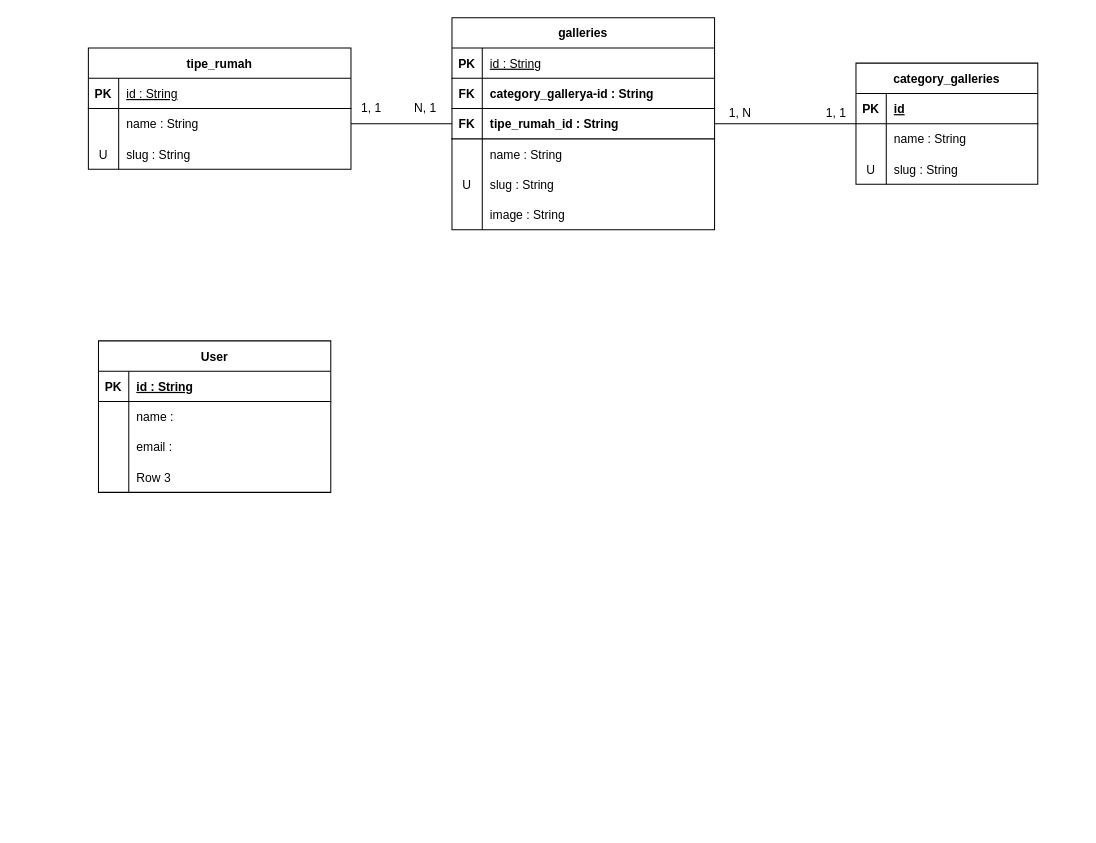
Above: storage/design_system/design.drawio in MP-Project-26/alpen_hills (draw.io), before the change. Source tidied: cells renumbered, new cells numbered last; positions are measured from the earlier drawing's top-left corner, leaving out a move shared by most shapes. Both pictures are drawn from the tidied source at 101%, with x=0, y=0 at pixel (88, 17).
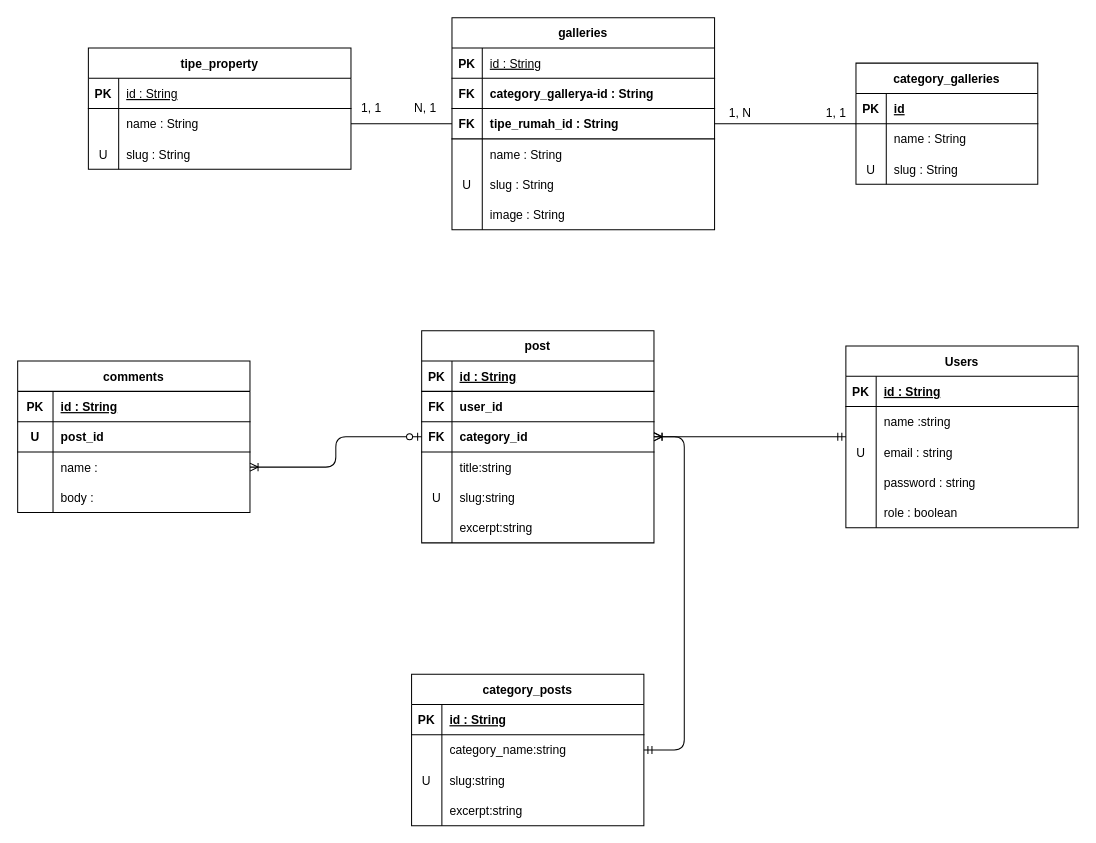
Above is the later version.

Unchanged cells that the change refers to:
```xml
<mxCell id="4" style="group;" parent="1" vertex="1">
  <mxGeometry y="30" width="300" height="120" as="geometry" />
</mxCell>
<mxCell id="56" style="shape=tableRow;horizontal=0;startSize=0;swimlaneHead=0;swimlaneBody=0;fillColor=none;top=0;left=0;right=0;bottom=0;" parent="52" vertex="1">
  <mxGeometry y="60" width="230" height="30" as="geometry" />
</mxCell>
<mxCell id="59" style="shape=tableRow;horizontal=0;startSize=0;swimlaneHead=0;swimlaneBody=0;fillColor=none;top=0;left=0;right=0;bottom=0;" parent="52" vertex="1">
  <mxGeometry y="90" width="230" height="30" as="geometry" />
</mxCell>
<mxCell id="62" style="shape=tableRow;horizontal=0;startSize=0;swimlaneHead=0;swimlaneBody=0;fillColor=none;top=0;left=0;right=0;bottom=0;" parent="52" vertex="1">
  <mxGeometry y="120" width="230" height="30" as="geometry" />
</mxCell>
```

The edit, as a diff of the source:
```diff
@@
-    <mxCell id="5" value="tipe_rumah" style="shape=table;startSize=30;childLayout=tableLayout;rowLines=0;fontStyle=1;align=center;" parent="4" vertex="1">
+    <mxCell id="5" value="tipe_property" style="shape=table;startSize=30;childLayout=tableLayout;rowLines=0;fontStyle=1;align=center;" parent="4" vertex="1">
       <mxGeometry width="260" height="120" as="geometry" />
     </mxCell>
@@
-    <mxCell id="52" value="User" style="shape=table;startSize=30;childLayout=tableLayout;rowLines=0;fontStyle=1;align=center;" parent="1" vertex="1">
-      <mxGeometry x="10" y="320" width="230" height="150" as="geometry" />
+    <mxCell id="52" value="Users" style="shape=table;startSize=30;childLayout=tableLayout;rowLines=0;fontStyle=1;align=center;" parent="1" vertex="1">
+      <mxGeometry x="750" y="325" width="230" height="180" as="geometry" />
     </mxCell>
@@
-    <mxCell id="58" value="name :" style="shape=partialRectangle;fillColor=none;top=0;left=0;bottom=0;right=0;align=left;spacingLeft=6;overflow=hidden;" parent="56" vertex="1">
+    <mxCell id="58" value="name :string" style="shape=partialRectangle;fillColor=none;top=0;left=0;bottom=0;right=0;align=left;spacingLeft=6;overflow=hidden;" parent="56" vertex="1">
       <mxGeometry x="30" width="200" height="30" as="geometry" />
     </mxCell>
@@
-    <mxCell id="60" style="shape=partialRectangle;fillColor=none;top=0;left=0;bottom=0;right=0;overflow=hidden;" parent="59" vertex="1">
+    <mxCell id="60" value="U" style="shape=partialRectangle;fillColor=none;top=0;left=0;bottom=0;right=0;overflow=hidden;" parent="59" vertex="1">
       <mxGeometry width="30" height="30" as="geometry" />
     </mxCell>
-    <mxCell id="61" value="email :" style="shape=partialRectangle;fillColor=none;top=0;left=0;bottom=0;right=0;align=left;spacingLeft=6;overflow=hidden;" parent="59" vertex="1">
+    <mxCell id="61" value="email : string" style="shape=partialRectangle;fillColor=none;top=0;left=0;bottom=0;right=0;align=left;spacingLeft=6;overflow=hidden;" parent="59" vertex="1">
       <mxGeometry x="30" width="200" height="30" as="geometry" />
     </mxCell>
@@
-    <mxCell id="64" value="Row 3" style="shape=partialRectangle;fillColor=none;top=0;left=0;bottom=0;right=0;align=left;spacingLeft=6;overflow=hidden;" parent="62" vertex="1">
+    <mxCell id="64" value="password : string" style="shape=partialRectangle;fillColor=none;top=0;left=0;bottom=0;right=0;align=left;spacingLeft=6;overflow=hidden;" parent="62" vertex="1">
       <mxGeometry x="30" width="200" height="30" as="geometry" />
     </mxCell>
+    <mxCell id="65" style="shape=tableRow;horizontal=0;startSize=0;swimlaneHead=0;swimlaneBody=0;fillColor=none;top=0;left=0;right=0;bottom=0;" parent="52" vertex="1">
+      <mxGeometry y="150" width="230" height="30" as="geometry" />
+    </mxCell>
+    <mxCell id="66" style="shape=partialRectangle;fillColor=none;top=0;left=0;bottom=0;right=0;overflow=hidden;" parent="65" vertex="1">
+      <mxGeometry width="30" height="30" as="geometry" />
+    </mxCell>
+    <mxCell id="67" value="role : boolean" style="shape=partialRectangle;fillColor=none;top=0;left=0;bottom=0;right=0;align=left;spacingLeft=6;overflow=hidden;" parent="65" vertex="1">
+      <mxGeometry x="30" width="200" height="30" as="geometry" />
+    </mxCell>
+    <mxCell id="68" value="post" style="shape=table;startSize=30;childLayout=tableLayout;rowLines=0;fontStyle=1;align=center;" parent="1" vertex="1">
+      <mxGeometry x="330" y="310" width="230" height="210" as="geometry" />
+    </mxCell>
+    <mxCell id="69" style="shape=tableRow;horizontal=0;startSize=0;swimlaneHead=0;swimlaneBody=0;fillColor=none;top=0;left=0;right=0;bottom=1;" parent="68" vertex="1">
+      <mxGeometry y="30" width="230" height="30" as="geometry" />
+    </mxCell>
+    <mxCell id="70" value="PK" style="shape=partialRectangle;fillColor=none;top=0;left=0;bottom=0;right=0;fontStyle=1;overflow=hidden;" parent="69" vertex="1">
+      <mxGeometry width="30" height="30" as="geometry" />
+    </mxCell>
+    <mxCell id="71" value="id : String" style="shape=partialRectangle;fillColor=none;top=0;left=0;bottom=0;right=0;align=left;spacingLeft=6;fontStyle=5;overflow=hidden;" parent="69" vertex="1">
+      <mxGeometry x="30" width="200" height="30" as="geometry" />
+    </mxCell>
+    <mxCell id="72" style="shape=tableRow;horizontal=0;startSize=0;swimlaneHead=0;swimlaneBody=0;fillColor=none;top=0;left=0;right=0;bottom=1;" parent="68" vertex="1">
+      <mxGeometry y="60" width="230" height="30" as="geometry" />
+    </mxCell>
+    <mxCell id="73" value="FK" style="shape=partialRectangle;fillColor=none;top=0;left=0;bottom=0;right=0;fontStyle=1;overflow=hidden;" parent="72" vertex="1">
+      <mxGeometry width="30" height="30" as="geometry" />
+    </mxCell>
+    <mxCell id="74" value="user_id" style="shape=partialRectangle;fillColor=none;top=0;left=0;bottom=0;right=0;align=left;spacingLeft=6;fontStyle=1;overflow=hidden;" parent="72" vertex="1">
+      <mxGeometry x="30" width="200" height="30" as="geometry" />
+    </mxCell>
+    <mxCell id="75" style="shape=tableRow;horizontal=0;startSize=0;swimlaneHead=0;swimlaneBody=0;fillColor=none;top=0;left=0;right=0;bottom=1;" parent="68" vertex="1">
+      <mxGeometry y="90" width="230" height="30" as="geometry" />
+    </mxCell>
+    <mxCell id="76" value="FK" style="shape=partialRectangle;fillColor=none;top=0;left=0;bottom=0;right=0;fontStyle=1;overflow=hidden;" parent="75" vertex="1">
+      <mxGeometry width="30" height="30" as="geometry" />
+    </mxCell>
+    <mxCell id="77" value="category_id" style="shape=partialRectangle;fillColor=none;top=0;left=0;bottom=0;right=0;align=left;spacingLeft=6;fontStyle=1;overflow=hidden;" parent="75" vertex="1">
+      <mxGeometry x="30" width="200" height="30" as="geometry" />
+    </mxCell>
+    <mxCell id="78" style="shape=tableRow;horizontal=0;startSize=0;swimlaneHead=0;swimlaneBody=0;fillColor=none;top=0;left=0;right=0;bottom=0;" parent="68" vertex="1">
+      <mxGeometry y="120" width="230" height="30" as="geometry" />
+    </mxCell>
+    <mxCell id="79" style="shape=partialRectangle;fillColor=none;top=0;left=0;bottom=0;right=0;overflow=hidden;" parent="78" vertex="1">
+      <mxGeometry width="30" height="30" as="geometry" />
+    </mxCell>
+    <mxCell id="80" value="title:string" style="shape=partialRectangle;fillColor=none;top=0;left=0;bottom=0;right=0;align=left;spacingLeft=6;overflow=hidden;" parent="78" vertex="1">
+      <mxGeometry x="30" width="200" height="30" as="geometry" />
+    </mxCell>
+    <mxCell id="81" style="shape=tableRow;horizontal=0;startSize=0;swimlaneHead=0;swimlaneBody=0;fillColor=none;top=0;left=0;right=0;bottom=0;" parent="68" vertex="1">
+      <mxGeometry y="150" width="230" height="30" as="geometry" />
+    </mxCell>
+    <mxCell id="82" value="U" style="shape=partialRectangle;fillColor=none;top=0;left=0;bottom=0;right=0;overflow=hidden;" parent="81" vertex="1">
+      <mxGeometry width="30" height="30" as="geometry" />
+    </mxCell>
+    <mxCell id="83" value="slug:string" style="shape=partialRectangle;fillColor=none;top=0;left=0;bottom=0;right=0;align=left;spacingLeft=6;overflow=hidden;" parent="81" vertex="1">
+      <mxGeometry x="30" width="200" height="30" as="geometry" />
+    </mxCell>
+    <mxCell id="84" style="shape=tableRow;horizontal=0;startSize=0;swimlaneHead=0;swimlaneBody=0;fillColor=none;top=0;left=0;right=0;bottom=0;" parent="68" vertex="1">
+      <mxGeometry y="180" width="230" height="30" as="geometry" />
+    </mxCell>
+    <mxCell id="85" style="shape=partialRectangle;fillColor=none;top=0;left=0;bottom=0;right=0;overflow=hidden;" parent="84" vertex="1">
+      <mxGeometry width="30" height="30" as="geometry" />
+    </mxCell>
+    <mxCell id="86" value="excerpt:string" style="shape=partialRectangle;fillColor=none;top=0;left=0;bottom=0;right=0;align=left;spacingLeft=6;overflow=hidden;" parent="84" vertex="1">
+      <mxGeometry x="30" width="200" height="30" as="geometry" />
+    </mxCell>
+    <mxCell id="87" value="comments" style="shape=table;startSize=30;childLayout=tableLayout;rowLines=0;fontStyle=1;align=center;" parent="1" vertex="1">
+      <mxGeometry x="-70" y="340" width="230" height="150" as="geometry" />
+    </mxCell>
+    <mxCell id="88" style="shape=tableRow;horizontal=0;startSize=0;swimlaneHead=0;swimlaneBody=0;fillColor=none;top=0;left=0;right=0;bottom=1;" parent="87" vertex="1">
+      <mxGeometry y="30" width="230" height="30" as="geometry" />
+    </mxCell>
+    <mxCell id="89" value="PK" style="shape=partialRectangle;fillColor=none;top=0;left=0;bottom=0;right=0;fontStyle=1;overflow=hidden;" parent="88" vertex="1">
+      <mxGeometry width="35" height="30" as="geometry" />
+    </mxCell>
+    <mxCell id="90" value="id : String" style="shape=partialRectangle;fillColor=none;top=0;left=0;bottom=0;right=0;align=left;spacingLeft=6;fontStyle=5;overflow=hidden;" parent="88" vertex="1">
+      <mxGeometry x="35" width="195" height="30" as="geometry" />
+    </mxCell>
+    <mxCell id="91" style="shape=tableRow;horizontal=0;startSize=0;swimlaneHead=0;swimlaneBody=0;fillColor=none;top=0;left=0;right=0;bottom=1;" parent="87" vertex="1">
+      <mxGeometry y="60" width="230" height="30" as="geometry" />
+    </mxCell>
+    <mxCell id="92" value="U" style="shape=partialRectangle;fillColor=none;top=0;left=0;bottom=0;right=0;fontStyle=1;overflow=hidden;" parent="91" vertex="1">
+      <mxGeometry width="35" height="30" as="geometry" />
+    </mxCell>
+    <mxCell id="93" value="post_id" style="shape=partialRectangle;fillColor=none;top=0;left=0;bottom=0;right=0;align=left;spacingLeft=6;fontStyle=1;overflow=hidden;" parent="91" vertex="1">
+      <mxGeometry x="35" width="195" height="30" as="geometry" />
+    </mxCell>
+    <mxCell id="94" style="shape=tableRow;horizontal=0;startSize=0;swimlaneHead=0;swimlaneBody=0;fillColor=none;points=[[0,0.5],[1,0.5]];portConstraint=eastwest;top=0;left=0;right=0;bottom=0;" parent="87" vertex="1">
+      <mxGeometry y="90" width="230" height="30" as="geometry" />
+    </mxCell>
+    <mxCell id="95" style="shape=partialRectangle;fillColor=none;top=0;left=0;bottom=0;right=0;overflow=hidden;" parent="94" vertex="1">
+      <mxGeometry width="35" height="30" as="geometry" />
+    </mxCell>
+    <mxCell id="96" value="name :" style="shape=partialRectangle;fillColor=none;top=0;left=0;bottom=0;right=0;align=left;spacingLeft=6;overflow=hidden;" parent="94" vertex="1">
+      <mxGeometry x="35" width="195" height="30" as="geometry" />
+    </mxCell>
+    <mxCell id="97" style="shape=tableRow;horizontal=0;startSize=0;swimlaneHead=0;swimlaneBody=0;fillColor=none;top=0;left=0;right=0;bottom=0;" parent="87" vertex="1">
+      <mxGeometry y="120" width="230" height="30" as="geometry" />
+    </mxCell>
+    <mxCell id="98" style="shape=partialRectangle;fillColor=none;top=0;left=0;bottom=0;right=0;overflow=hidden;" parent="97" vertex="1">
+      <mxGeometry width="35" height="30" as="geometry" />
+    </mxCell>
+    <mxCell id="99" value="body :" style="shape=partialRectangle;fillColor=none;top=0;left=0;bottom=0;right=0;align=left;spacingLeft=6;overflow=hidden;" parent="97" vertex="1">
+      <mxGeometry x="35" width="195" height="30" as="geometry" />
+    </mxCell>
+    <mxCell id="100" style="edgeStyle=orthogonalEdgeStyle;fontSize=12;html=1;endArrow=ERoneToMany;startArrow=ERzeroToOne;" parent="1" edge="1" source="68" target="94">
+      <mxGeometry relative="1" as="geometry" />
+    </mxCell>
+    <mxCell id="101" style="edgeStyle=entityRelationEdgeStyle;fontSize=12;html=1;endArrow=ERoneToMany;startArrow=ERmandOne;" parent="1" edge="1" source="52" target="68">
+      <mxGeometry relative="1" as="geometry" />
+    </mxCell>
+    <mxCell id="102" value="category_posts" style="shape=table;startSize=30;childLayout=tableLayout;rowLines=0;fontStyle=1;align=center;" parent="1" vertex="1">
+      <mxGeometry x="320" y="650" width="230" height="150" as="geometry" />
+    </mxCell>
+    <mxCell id="103" style="shape=tableRow;horizontal=0;startSize=0;swimlaneHead=0;swimlaneBody=0;fillColor=none;top=0;left=0;right=0;bottom=1;" parent="102" vertex="1">
+      <mxGeometry y="30" width="230" height="30" as="geometry" />
+    </mxCell>
+    <mxCell id="104" value="PK" style="shape=partialRectangle;fillColor=none;top=0;left=0;bottom=0;right=0;fontStyle=1;overflow=hidden;" parent="103" vertex="1">
+      <mxGeometry width="30" height="30" as="geometry" />
+    </mxCell>
+    <mxCell id="105" value="id : String" style="shape=partialRectangle;fillColor=none;top=0;left=0;bottom=0;right=0;align=left;spacingLeft=6;fontStyle=5;overflow=hidden;" parent="103" vertex="1">
+      <mxGeometry x="30" width="200" height="30" as="geometry" />
+    </mxCell>
+    <mxCell id="106" style="shape=tableRow;horizontal=0;startSize=0;swimlaneHead=0;swimlaneBody=0;fillColor=none;top=0;left=0;right=0;bottom=0;" parent="102" vertex="1">
+      <mxGeometry y="60" width="230" height="30" as="geometry" />
+    </mxCell>
+    <mxCell id="107" style="shape=partialRectangle;fillColor=none;top=0;left=0;bottom=0;right=0;overflow=hidden;" parent="106" vertex="1">
+      <mxGeometry width="30" height="30" as="geometry" />
+    </mxCell>
+    <mxCell id="108" value="category_name:string" style="shape=partialRectangle;fillColor=none;top=0;left=0;bottom=0;right=0;align=left;spacingLeft=6;overflow=hidden;" parent="106" vertex="1">
+      <mxGeometry x="30" width="200" height="30" as="geometry" />
+    </mxCell>
+    <mxCell id="109" style="shape=tableRow;horizontal=0;startSize=0;swimlaneHead=0;swimlaneBody=0;fillColor=none;top=0;left=0;right=0;bottom=0;" parent="102" vertex="1">
+      <mxGeometry y="90" width="230" height="30" as="geometry" />
+    </mxCell>
+    <mxCell id="110" value="U" style="shape=partialRectangle;fillColor=none;top=0;left=0;bottom=0;right=0;overflow=hidden;" parent="109" vertex="1">
+      <mxGeometry width="30" height="30" as="geometry" />
+    </mxCell>
+    <mxCell id="111" value="slug:string" style="shape=partialRectangle;fillColor=none;top=0;left=0;bottom=0;right=0;align=left;spacingLeft=6;overflow=hidden;" parent="109" vertex="1">
+      <mxGeometry x="30" width="200" height="30" as="geometry" />
+    </mxCell>
+    <mxCell id="112" style="shape=tableRow;horizontal=0;startSize=0;swimlaneHead=0;swimlaneBody=0;fillColor=none;top=0;left=0;right=0;bottom=0;" parent="102" vertex="1">
+      <mxGeometry y="120" width="230" height="30" as="geometry" />
+    </mxCell>
+    <mxCell id="113" style="shape=partialRectangle;fillColor=none;top=0;left=0;bottom=0;right=0;overflow=hidden;" parent="112" vertex="1">
+      <mxGeometry width="30" height="30" as="geometry" />
+    </mxCell>
+    <mxCell id="114" value="excerpt:string" style="shape=partialRectangle;fillColor=none;top=0;left=0;bottom=0;right=0;align=left;spacingLeft=6;overflow=hidden;" parent="112" vertex="1">
+      <mxGeometry x="30" width="200" height="30" as="geometry" />
+    </mxCell>
+    <mxCell id="115" style="edgeStyle=entityRelationEdgeStyle;fontSize=12;html=1;endArrow=ERoneToMany;startArrow=ERmandOne;" parent="1" edge="1" source="102" target="68">
+      <mxGeometry relative="1" as="geometry" />
+    </mxCell>
```
